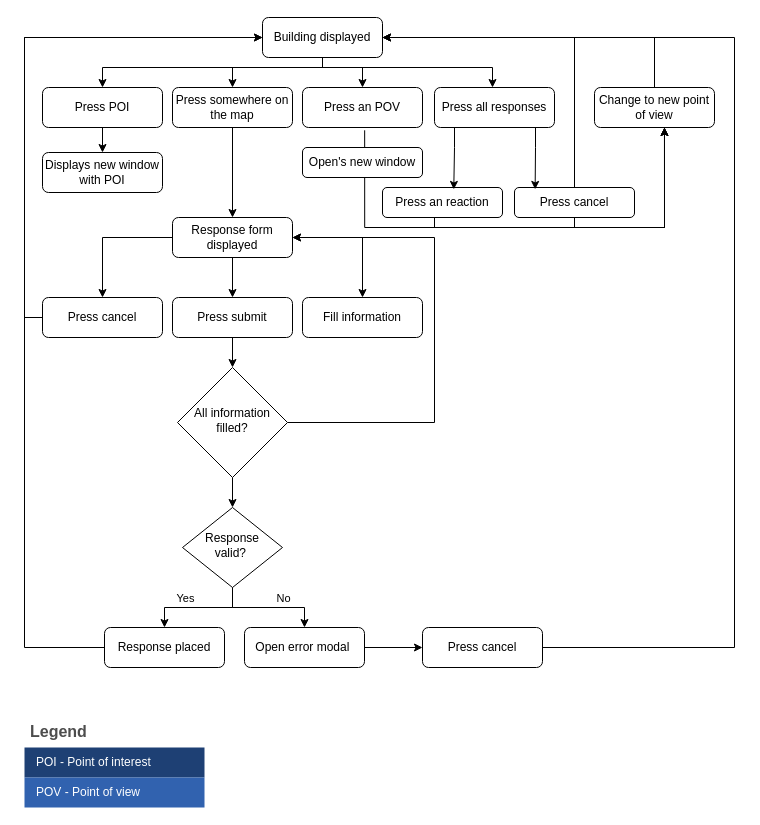
Before: Concept/ActivityDiagram-enduser.drawio in semnijenhuis/3D-ArcGisProject, a draw.io diagram. Source tidied: cells renumbered, new cells numbered last; positions are measured from the earlier drawing's top-left corner, leaving out a move shared by most shapes. Both pictures are drawn from the tidied source at 100%, with x=0, y=0 at pixel (24, 17).
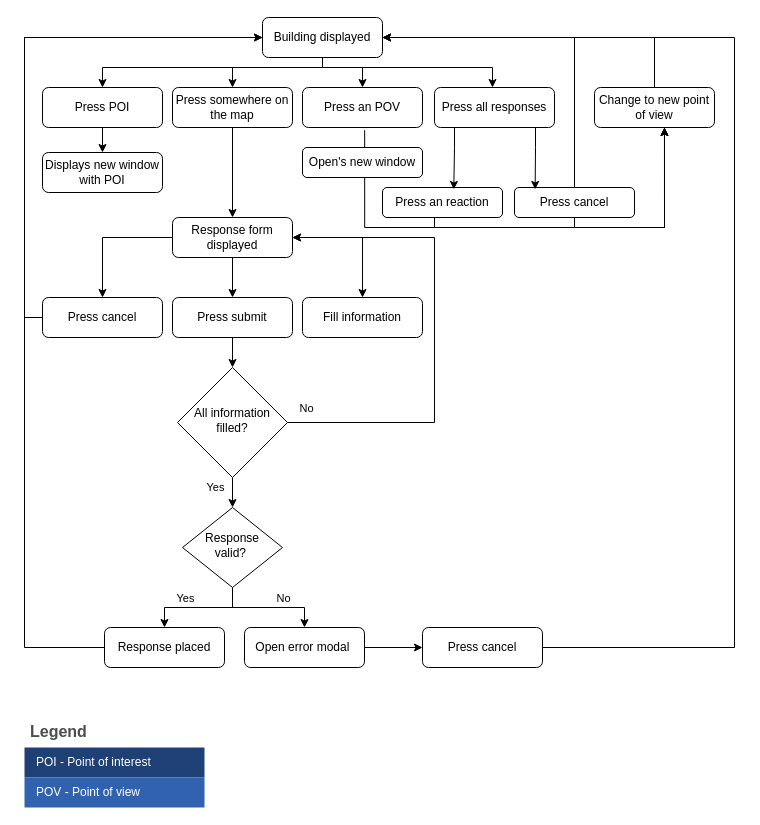
The same diagram, later.

Unchanged cells that the change refers to:
```xml
<mxCell id="22" style="edgeStyle=orthogonalEdgeStyle;rounded=0;jettySize=auto;html=1;entryX=0.5;entryY=0;entryDx=0;entryDy=0;" parent="1" edge="1" source="24" target="10">
  <mxGeometry relative="1" as="geometry" />
</mxCell>
<mxCell id="23" style="edgeStyle=orthogonalEdgeStyle;rounded=0;jettySize=auto;html=1;entryX=1;entryY=0.5;entryDx=0;entryDy=0;exitX=1;exitY=0.5;exitDx=0;exitDy=0;" parent="1" edge="1" source="24" target="16">
  <mxGeometry relative="1" as="geometry">
    <Array as="points">
      <mxPoint x="410" y="405" />
      <mxPoint x="410" y="220" />
    </Array>
  </mxGeometry>
</mxCell>
```

Change to the diagram source:
```diff
@@
+    <mxCell id="53" value="Yes" style="edgeLabel;html=1;align=center;verticalAlign=middle;" parent="22" vertex="1">
+      <mxGeometry x="-0.65" y="-5" relative="1" as="geometry">
+        <mxPoint x="-13" as="offset" />
+      </mxGeometry>
+    </mxCell>
@@
+    <mxCell id="54" value="No" style="edgeLabel;html=1;align=center;verticalAlign=middle;" parent="23" vertex="1">
+      <mxGeometry x="-0.79" y="1" relative="1" as="geometry">
+        <mxPoint x="-32" y="-14" as="offset" />
+      </mxGeometry>
+    </mxCell>
```
